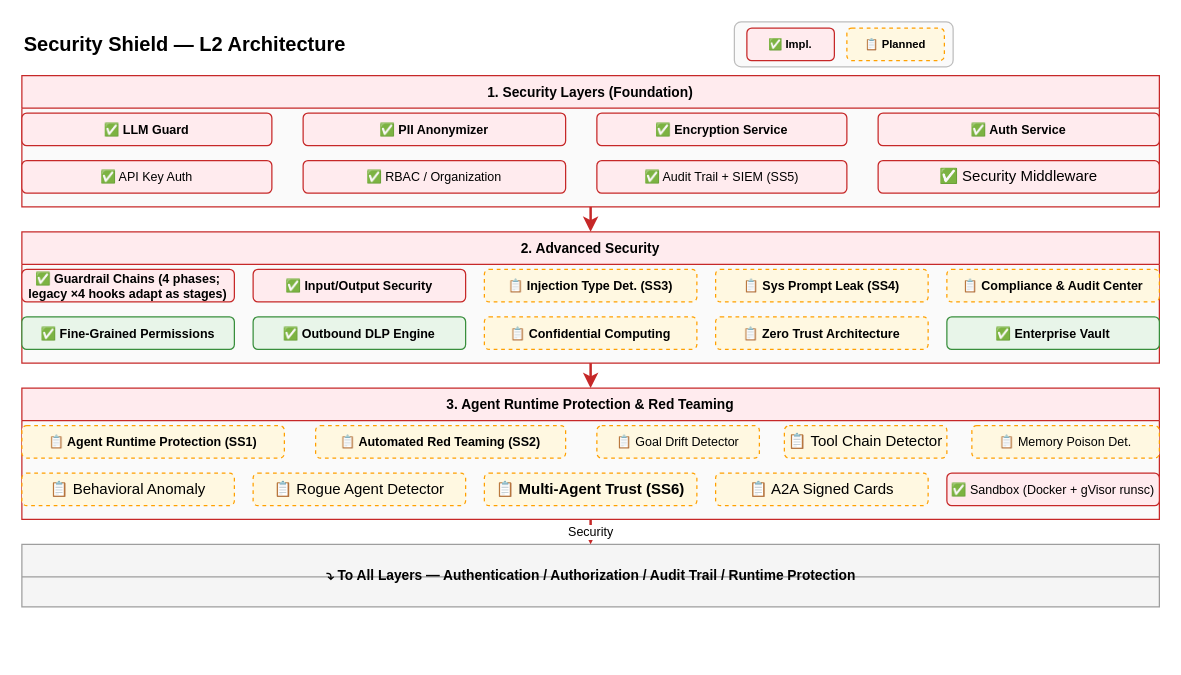
Before: docs/design/hardware/security-l2.drawio in xueyufish/hecate, a draw.io diagram. Source tidied: cells renumbered, new cells numbered last; positions are measured from the earlier drawing's top-left corner, leaving out a move shared by most shapes. Both pictures are drawn from the tidied source at 125%, with x=0, y=0 at pixel (21, 21).
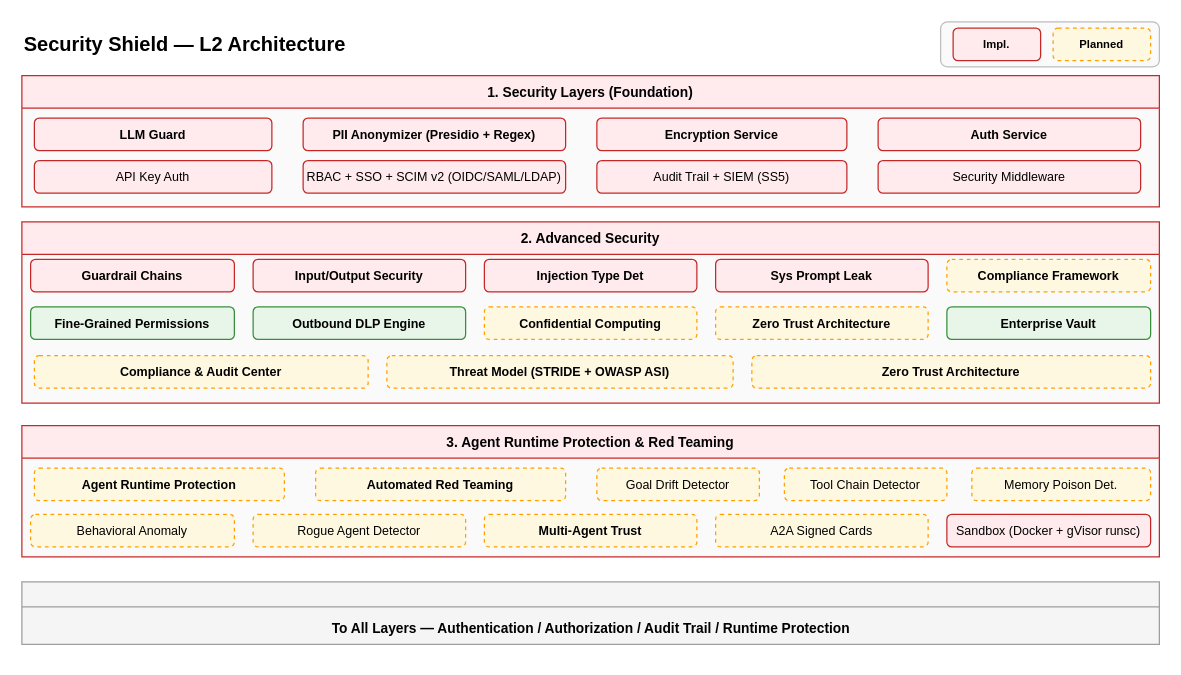
Above is the later version.

Unchanged cells that the change refers to:
```xml
<mxCell id="6" value="1. Security Layers (Foundation)" style="swimlane;startSize=26;fillColor=#FFEBEE;strokeColor=#C62828;fontSize=11;fontStyle=1;swimlaneFillColor=#FAFAFA;" parent="1" vertex="1">
  <mxGeometry y="43" width="910" height="105" as="geometry" />
</mxCell>
```

Diff of the diagram source:
```diff
@@
     <mxCell id="2" style="rounded=1;whiteSpace=wrap;html=1;fillColor=#FAFAFA;strokeColor=#BDBDBD;strokeWidth=1;" parent="1" vertex="1">
-      <mxGeometry x="570" width="175" height="36" as="geometry" />
+      <mxGeometry x="735" width="175" height="36" as="geometry" />
     </mxCell>
-    <mxCell id="3" value="✅ Impl." style="rounded=1;whiteSpace=wrap;html=1;fillColor=#FFEBEE;strokeColor=#C62828;fontSize=9;fontStyle=1;" parent="1" vertex="1">
-      <mxGeometry x="580" y="5" width="70" height="26" as="geometry" />
+    <mxCell id="3" value="Impl." style="rounded=1;whiteSpace=wrap;html=1;fillColor=#FFEBEE;strokeColor=#C62828;fontSize=9;fontStyle=1;" parent="1" vertex="1">
+      <mxGeometry x="745" y="5" width="70" height="26" as="geometry" />
     </mxCell>
-    <mxCell id="4" value="📋 Planned" style="rounded=1;whiteSpace=wrap;html=1;fillColor=#FFF8E1;strokeColor=#FFA000;fontSize=9;fontStyle=1;dashed=1;" parent="1" vertex="1">
-      <mxGeometry x="660" y="5" width="78" height="26" as="geometry" />
+    <mxCell id="4" value="Planned" style="rounded=1;whiteSpace=wrap;html=1;fillColor=#FFF8E1;strokeColor=#FFA000;fontSize=9;fontStyle=1;dashed=1;" parent="1" vertex="1">
+      <mxGeometry x="825" y="5" width="78" height="26" as="geometry" />
     </mxCell>
@@
-    <mxCell id="7" value="✅ LLM Guard" style="rounded=1;whiteSpace=wrap;html=1;fillColor=#FFEBEE;strokeColor=#C62828;fontSize=10;fontStyle=1;" parent="6" vertex="1">
-      <mxGeometry y="30" width="200" height="26" as="geometry" />
+    <mxCell id="7" value="LLM Guard" style="rounded=1;whiteSpace=wrap;html=1;fillColor=#FFEBEE;strokeColor=#C62828;fontSize=10;fontStyle=1;" parent="6" vertex="1">
+      <mxGeometry x="10" y="34" width="190" height="26" as="geometry" />
     </mxCell>
-    <mxCell id="8" value="✅ PII Anonymizer" style="rounded=1;whiteSpace=wrap;html=1;fillColor=#FFEBEE;strokeColor=#C62828;fontSize=10;fontStyle=1;" parent="6" vertex="1">
-      <mxGeometry x="225" y="30" width="210" height="26" as="geometry" />
+    <mxCell id="8" value="PII Anonymizer (Presidio + Regex)" style="rounded=1;whiteSpace=wrap;html=1;fillColor=#FFEBEE;strokeColor=#C62828;fontSize=10;fontStyle=1;" parent="6" vertex="1">
+      <mxGeometry x="225" y="34" width="210" height="26" as="geometry" />
     </mxCell>
-    <mxCell id="9" value="✅ Encryption Service" style="rounded=1;whiteSpace=wrap;html=1;fillColor=#FFEBEE;strokeColor=#C62828;fontSize=10;fontStyle=1;" parent="6" vertex="1">
-      <mxGeometry x="460" y="30" width="200" height="26" as="geometry" />
+    <mxCell id="9" value="Encryption Service" style="rounded=1;whiteSpace=wrap;html=1;fillColor=#FFEBEE;strokeColor=#C62828;fontSize=10;fontStyle=1;" parent="6" vertex="1">
+      <mxGeometry x="460" y="34" width="200" height="26" as="geometry" />
     </mxCell>
-    <mxCell id="10" value="✅ Auth Service" style="rounded=1;whiteSpace=wrap;html=1;fillColor=#FFEBEE;strokeColor=#C62828;fontSize=10;fontStyle=1;" parent="6" vertex="1">
-      <mxGeometry x="685" y="30" width="225" height="26" as="geometry" />
+    <mxCell id="10" value="Auth Service" style="rounded=1;whiteSpace=wrap;html=1;fillColor=#FFEBEE;strokeColor=#C62828;fontSize=10;fontStyle=1;" parent="6" vertex="1">
+      <mxGeometry x="685" y="34" width="210" height="26" as="geometry" />
     </mxCell>
-    <mxCell id="11" value="✅ API Key Auth" style="rounded=1;whiteSpace=wrap;html=1;fillColor=#FFEBEE;strokeColor=#C62828;fontSize=10;" parent="6" vertex="1">
-      <mxGeometry y="68" width="200" height="26" as="geometry" />
+    <mxCell id="11" value="API Key Auth" style="rounded=1;whiteSpace=wrap;html=1;fillColor=#FFEBEE;strokeColor=#C62828;fontSize=10;" parent="6" vertex="1">
+      <mxGeometry x="10" y="68" width="190" height="26" as="geometry" />
     </mxCell>
-    <mxCell id="12" value="✅ RBAC / Organization" style="rounded=1;whiteSpace=wrap;html=1;fillColor=#FFEBEE;strokeColor=#C62828;fontSize=10;" parent="6" vertex="1">
+    <mxCell id="12" value="RBAC + SSO + SCIM v2 (OIDC/SAML/LDAP)" style="rounded=1;whiteSpace=wrap;html=1;fillColor=#FFEBEE;strokeColor=#C62828;fontSize=10;" parent="6" vertex="1">
       <mxGeometry x="225" y="68" width="210" height="26" as="geometry" />
     </mxCell>
-    <mxCell id="13" value="✅ Audit Trail + SIEM (SS5)" style="rounded=1;whiteSpace=wrap;html=1;fillColor=#FFEBEE;strokeColor=#C62828;fontSize=10;" parent="6" vertex="1">
+    <mxCell id="13" value="Audit Trail + SIEM (SS5)" style="rounded=1;whiteSpace=wrap;html=1;fillColor=#FFEBEE;strokeColor=#C62828;fontSize=10;" parent="6" vertex="1">
       <mxGeometry x="460" y="68" width="200" height="26" as="geometry" />
     </mxCell>
-    <mxCell id="14" value="✅ Security Middleware" style="rounded=1;whiteSpace=wrap;html=1;fillColor=#FFEBEE;strokeColor=#C62828;fontSize:10;" parent="6" vertex="1">
-      <mxGeometry x="685" y="68" width="225" height="26" as="geometry" />
+    <mxCell id="14" value="Security Middleware" style="rounded=1;whiteSpace=wrap;html=1;fillColor=#FFEBEE;strokeColor=#C62828;fontSize=10;" parent="6" vertex="1">
+      <mxGeometry x="685" y="68" width="210" height="26" as="geometry" />
     </mxCell>
     <mxCell id="15" value="2. Advanced Security" style="swimlane;startSize=26;fillColor=#FFEBEE;strokeColor=#C62828;fontSize=11;fontStyle=1;swimlaneFillColor=#FAFAFA;" parent="1" vertex="1">
-      <mxGeometry y="168" width="910" height="105" as="geometry" />
+      <mxGeometry y="160" width="910" height="145" as="geometry" />
     </mxCell>
-    <mxCell id="16" value="✅ Guardrail Chains (4 phases; legacy ×4 hooks adapt as stages)" style="rounded=1;whiteSpace=wrap;html=1;fillColor=#FFEBEE;strokeColor=#C62828;fontSize=10;fontStyle=1;" parent="15" vertex="1">
-      <mxGeometry y="30" width="170" height="26" as="geometry" />
+    <mxCell id="16" value="Guardrail Chains" style="rounded=1;whiteSpace=wrap;html=1;fillColor=#FFEBEE;strokeColor=#C62828;fontSize=10;fontStyle=1;" parent="15" vertex="1">
+      <mxGeometry x="7" y="30" width="163" height="26" as="geometry" />
     </mxCell>
-    <mxCell id="17" value="✅ Input/Output Security" style="rounded=1;whiteSpace=wrap;html=1;fillColor=#FFEBEE;strokeColor=#C62828;fontSize=10;fontStyle=1;" parent="15" vertex="1">
+    <mxCell id="17" value="Input/Output Security" style="rounded=1;whiteSpace=wrap;html=1;fillColor=#FFEBEE;strokeColor=#C62828;fontSize=10;fontStyle=1;" parent="15" vertex="1">
       <mxGeometry x="185" y="30" width="170" height="26" as="geometry" />
     </mxCell>
-    <mxCell id="18" value="📋 Injection Type Det. (SS3)" style="rounded=1;whiteSpace=wrap;html=1;fillColor=#FFF8E1;strokeColor=#FFA000;fontSize=10;fontStyle=1;dashed=1;" parent="15" vertex="1">
+    <mxCell id="18" value="Injection Type Det" style="rounded=1;whiteSpace=wrap;html=1;fillColor=#FFEBEE;strokeColor=#C62828;fontSize=10;fontStyle=1;" parent="15" vertex="1">
       <mxGeometry x="370" y="30" width="170" height="26" as="geometry" />
     </mxCell>
-    <mxCell id="19" value="📋 Sys Prompt Leak (SS4)" style="rounded=1;whiteSpace=wrap;html=1;fillColor=#FFF8E1;strokeColor=#FFA000;fontSize=10;fontStyle=1;dashed=1;" parent="15" vertex="1">
+    <mxCell id="19" value="Sys Prompt Leak" style="rounded=1;whiteSpace=wrap;html=1;fillColor=#FFEBEE;strokeColor=#C62828;fontSize=10;fontStyle=1;" parent="15" vertex="1">
       <mxGeometry x="555" y="30" width="170" height="26" as="geometry" />
     </mxCell>
-    <mxCell id="20" value="📋 Compliance &amp; Audit Center" style="rounded=1;whiteSpace=wrap;html=1;fillColor=#FFF8E1;strokeColor=#FFA000;fontSize=10;fontStyle=1;dashed=1;" parent="15" vertex="1">
-      <mxGeometry x="740" y="30" width="170" height="26" as="geometry" />
+    <mxCell id="20" value="Compliance Framework" style="rounded=1;whiteSpace=wrap;html=1;fillColor=#FFF8E1;strokeColor=#FFA000;fontSize=10;fontStyle=1;dashed=1;" parent="15" vertex="1">
+      <mxGeometry x="740" y="30" width="163" height="26" as="geometry" />
     </mxCell>
-    <mxCell id="21" value="✅ Fine-Grained Permissions" style="rounded=1;whiteSpace=wrap;html=1;fillColor=#E8F5E9;strokeColor=#388E3C;fontSize=10;fontStyle=1;" parent="15" vertex="1">
-      <mxGeometry y="68" width="170" height="26" as="geometry" />
+    <mxCell id="21" value="Fine-Grained Permissions" style="rounded=1;whiteSpace=wrap;html=1;fillColor=#E8F5E9;strokeColor=#388E3C;fontSize=10;fontStyle=1;" parent="15" vertex="1">
+      <mxGeometry x="7" y="68" width="163" height="26" as="geometry" />
     </mxCell>
-    <mxCell id="22" value="✅ Outbound DLP Engine" style="rounded=1;whiteSpace=wrap;html=1;fillColor=#E8F5E9;strokeColor=#388E3C;fontSize=10;fontStyle=1;" parent="15" vertex="1">
+    <mxCell id="22" value="Outbound DLP Engine" style="rounded=1;whiteSpace=wrap;html=1;fillColor=#E8F5E9;strokeColor=#388E3C;fontSize=10;fontStyle=1;" parent="15" vertex="1">
       <mxGeometry x="185" y="68" width="170" height="26" as="geometry" />
     </mxCell>
-    <mxCell id="23" value="📋 Confidential Computing" style="rounded=1;whiteSpace=wrap;html=1;fillColor=#FFF8E1;strokeColor=#FFA000;fontSize=10;fontStyle=1;dashed=1;" parent="15" vertex="1">
+    <mxCell id="23" value="Confidential Computing" style="rounded=1;whiteSpace=wrap;html=1;fillColor=#FFF8E1;strokeColor=#FFA000;fontSize=10;fontStyle=1;dashed=1;" parent="15" vertex="1">
       <mxGeometry x="370" y="68" width="170" height="26" as="geometry" />
     </mxCell>
-    <mxCell id="24" value="📋 Zero Trust Architecture" style="rounded=1;whiteSpace=wrap;html=1;fillColor=#FFF8E1;strokeColor=#FFA000;fontSize=10;fontStyle=1;dashed=1;" parent="15" vertex="1">
+    <mxCell id="24" value="Zero Trust Architecture" style="rounded=1;whiteSpace=wrap;html=1;fillColor=#FFF8E1;strokeColor=#FFA000;fontSize=10;fontStyle=1;dashed=1;" parent="15" vertex="1">
       <mxGeometry x="555" y="68" width="170" height="26" as="geometry" />
     </mxCell>
-    <mxCell id="25" value="✅ Enterprise Vault" style="rounded=1;whiteSpace=wrap;html=1;fillColor=#E8F5E9;strokeColor=#388E3C;fontSize=10;fontStyle=1;" parent="15" vertex="1">
-      <mxGeometry x="740" y="68" width="170" height="26" as="geometry" />
+    <mxCell id="25" value="Enterprise Vault" style="rounded=1;whiteSpace=wrap;html=1;fillColor=#E8F5E9;strokeColor=#388E3C;fontSize=10;fontStyle=1;" parent="15" vertex="1">
+      <mxGeometry x="740" y="68" width="163" height="26" as="geometry" />
     </mxCell>
+    <mxCell id="42" value="Compliance &amp;amp; Audit Center" style="rounded=1;whiteSpace=wrap;html=1;fillColor=#FFF8E1;strokeColor=#FFA000;fontSize=10;fontStyle=1;dashed=1;" parent="15" vertex="1">
+      <mxGeometry x="10" y="107" width="267" height="26" as="geometry" />
+    </mxCell>
+    <mxCell id="43" value="Threat Model (STRIDE + OWASP ASI)" style="rounded=1;whiteSpace=wrap;html=1;fillColor=#FFF8E1;strokeColor=#FFA000;fontSize=10;fontStyle=1;dashed=1;" parent="15" vertex="1">
+      <mxGeometry x="292" y="107" width="277" height="26" as="geometry" />
+    </mxCell>
+    <mxCell id="44" value="Zero Trust Architecture" style="rounded=1;whiteSpace=wrap;html=1;fillColor=#FFF8E1;strokeColor=#FFA000;fontSize=10;fontStyle=1;dashed=1;" parent="15" vertex="1">
+      <mxGeometry x="584" y="107" width="319" height="26" as="geometry" />
+    </mxCell>
     <mxCell id="26" value="3. Agent Runtime Protection &amp; Red Teaming" style="swimlane;startSize=26;fillColor=#FFEBEE;strokeColor=#C62828;fontSize=11;fontStyle=1;swimlaneFillColor=#FAFAFA;" parent="1" vertex="1">
-      <mxGeometry y="293" width="910" height="105" as="geometry" />
+      <mxGeometry y="323" width="910" height="105" as="geometry" />
     </mxCell>
-    <mxCell id="27" value="📋 Agent Runtime Protection (SS1)" style="rounded=1;whiteSpace=wrap;html=1;fillColor=#FFF8E1;strokeColor=#FFA000;fontSize=10;fontStyle=1;dashed=1;" parent="26" vertex="1">
-      <mxGeometry y="30" width="210" height="26" as="geometry" />
+    <mxCell id="27" value="Agent Runtime Protection" style="rounded=1;whiteSpace=wrap;html=1;fillColor=#FFF8E1;strokeColor=#FFA000;fontSize=10;fontStyle=1;dashed=1;" parent="26" vertex="1">
+      <mxGeometry x="10" y="34" width="200" height="26" as="geometry" />
     </mxCell>
-    <mxCell id="28" value="📋 Automated Red Teaming (SS2)" style="rounded=1;whiteSpace=wrap;html=1;fillColor=#FFF8E1;strokeColor=#FFA000;fontSize=10;fontStyle=1;dashed=1;" parent="26" vertex="1">
-      <mxGeometry x="235" y="30" width="200" height="26" as="geometry" />
+    <mxCell id="28" value="Automated Red Teaming" style="rounded=1;whiteSpace=wrap;html=1;fillColor=#FFF8E1;strokeColor=#FFA000;fontSize=10;fontStyle=1;dashed=1;" parent="26" vertex="1">
+      <mxGeometry x="235" y="34" width="200" height="26" as="geometry" />
     </mxCell>
-    <mxCell id="29" value="📋 Goal Drift Detector" style="rounded=1;whiteSpace=wrap;html=1;fillColor=#FFF8E1;strokeColor=#FFA000;fontSize=10;dashed=1;" parent="26" vertex="1">
-      <mxGeometry x="460" y="30" width="130" height="26" as="geometry" />
+    <mxCell id="29" value="Goal Drift Detector" style="rounded=1;whiteSpace=wrap;html=1;fillColor=#FFF8E1;strokeColor=#FFA000;fontSize=10;dashed=1;" parent="26" vertex="1">
+      <mxGeometry x="460" y="34" width="130" height="26" as="geometry" />
     </mxCell>
-    <mxCell id="30" value="📋 Tool Chain Detector" style="rounded=1;whiteSpace=wrap;html=1;fillColor=#FFF8E1;strokeColor=#FFA000;fontSize:10;dashed=1;" parent="26" vertex="1">
-      <mxGeometry x="610" y="30" width="130" height="26" as="geometry" />
+    <mxCell id="30" value="Tool Chain Detector" style="rounded=1;whiteSpace=wrap;html=1;fillColor=#FFF8E1;strokeColor=#FFA000;fontSize:10;dashed=1;fontSize=10;" parent="26" vertex="1">
+      <mxGeometry x="610" y="34" width="130" height="26" as="geometry" />
     </mxCell>
-    <mxCell id="31" value="📋 Memory Poison Det." style="rounded=1;whiteSpace=wrap;html=1;fillColor=#FFF8E1;strokeColor=#FFA000;fontSize=10;dashed=1;" parent="26" vertex="1">
-      <mxGeometry x="760" y="30" width="150" height="26" as="geometry" />
+    <mxCell id="31" value="Memory Poison Det." style="rounded=1;whiteSpace=wrap;html=1;fillColor=#FFF8E1;strokeColor=#FFA000;fontSize=10;dashed=1;" parent="26" vertex="1">
+      <mxGeometry x="760" y="34" width="143" height="26" as="geometry" />
     </mxCell>
-    <mxCell id="32" value="📋 Behavioral Anomaly" style="rounded=1;whiteSpace=wrap;html=1;fillColor=#FFF8E1;strokeColor=#FFA000;fontSize:10;dashed=1;" parent="26" vertex="1">
-      <mxGeometry y="68" width="170" height="26" as="geometry" />
+    <mxCell id="32" value="Behavioral Anomaly" style="rounded=1;whiteSpace=wrap;html=1;fillColor=#FFF8E1;strokeColor=#FFA000;fontSize:10;dashed=1;fontSize=10;" parent="26" vertex="1">
+      <mxGeometry x="7" y="71" width="163" height="26" as="geometry" />
     </mxCell>
-    <mxCell id="33" value="📋 Rogue Agent Detector" style="rounded=1;whiteSpace=wrap;html=1;fillColor=#FFF8E1;strokeColor=#FFA000;fontSize:10;dashed=1;" parent="26" vertex="1">
-      <mxGeometry x="185" y="68" width="170" height="26" as="geometry" />
+    <mxCell id="33" value="Rogue Agent Detector" style="rounded=1;whiteSpace=wrap;html=1;fillColor=#FFF8E1;strokeColor=#FFA000;fontSize:10;dashed=1;fontSize=10;" parent="26" vertex="1">
+      <mxGeometry x="185" y="71" width="170" height="26" as="geometry" />
     </mxCell>
-    <mxCell id="34" value="📋 Multi-Agent Trust (SS6)" style="rounded=1;whiteSpace=wrap;html=1;fillColor=#FFF8E1;strokeColor=#FFA000;fontSize:10;fontStyle=1;dashed=1;" parent="26" vertex="1">
-      <mxGeometry x="370" y="68" width="170" height="26" as="geometry" />
+    <mxCell id="34" value="Multi-Agent Trust" style="rounded=1;whiteSpace=wrap;html=1;fillColor=#FFF8E1;strokeColor=#FFA000;fontSize:10;fontStyle=1;dashed=1;fontSize=10;" parent="26" vertex="1">
+      <mxGeometry x="370" y="71" width="170" height="26" as="geometry" />
     </mxCell>
-    <mxCell id="35" value="📋 A2A Signed Cards" style="rounded=1;whiteSpace=wrap;html=1;fillColor=#FFF8E1;strokeColor=#FFA000;fontSize:10;dashed=1;" parent="26" vertex="1">
-      <mxGeometry x="555" y="68" width="170" height="26" as="geometry" />
+    <mxCell id="35" value="A2A Signed Cards" style="rounded=1;whiteSpace=wrap;html=1;fillColor=#FFF8E1;strokeColor=#FFA000;fontSize:10;dashed=1;fontSize=10;" parent="26" vertex="1">
+      <mxGeometry x="555" y="71" width="170" height="26" as="geometry" />
     </mxCell>
-    <mxCell id="36" value="✅ Sandbox (Docker + gVisor runsc)" style="rounded=1;whiteSpace=wrap;html=1;fillColor=#FFEBEE;strokeColor=#C62828;fontSize=10;" parent="26" vertex="1">
-      <mxGeometry x="740" y="68" width="170" height="26" as="geometry" />
+    <mxCell id="36" value="Sandbox (Docker + gVisor runsc)" style="rounded=1;whiteSpace=wrap;html=1;fillColor=#FFEBEE;strokeColor=#C62828;fontSize=10;" parent="26" vertex="1">
+      <mxGeometry x="740" y="71" width="163" height="26" as="geometry" />
     </mxCell>
-    <mxCell id="37" style="swimlane;startSize=26;fillColor=#F5F5F5;strokeColor=#9E9E9E;fontSize=11;fontStyle=1;swimlaneFillColor=#F5F5F5;" parent="1" vertex="1">
-      <mxGeometry y="418" width="910" height="50" as="geometry" />
+    <mxCell id="37" style="swimlane;startSize=20;fillColor=#F5F5F5;strokeColor=#9E9E9E;fontSize=11;fontStyle=1;swimlaneFillColor=#F5F5F5;" parent="1" vertex="1">
+      <mxGeometry y="448" width="910" height="50" as="geometry" />
     </mxCell>
-    <mxCell id="38" value="⤵  To All Layers — Authentication / Authorization / Audit Trail / Runtime Protection" style="text;html=1;fontSize=11;fontStyle=1;align=center;verticalAlign=middle;fillColor=none;strokeColor=none;" parent="37" vertex="1">
-      <mxGeometry x="105" y="5" width="700" height="40" as="geometry" />
+    <mxCell id="38" value="To All Layers — Authentication / Authorization / Audit Trail / Runtime Protection" style="text;html=1;fontSize=11;fontStyle=1;align=center;verticalAlign=middle;fillColor=none;strokeColor=none;" parent="37" vertex="1">
+      <mxGeometry x="245" y="17" width="420" height="40" as="geometry" />
     </mxCell>
-    <mxCell id="39" style="edgeStyle=orthogonalEdgeStyle;rounded=1;jettySize=auto;html=1;strokeColor=#C62828;strokeWidth=2;exitX=0.5;exitY=1;exitDx=0;exitDy=0;entryX=0.5;entryY=0;entryDx=0;entryDy=0;" parent="1" edge="1" source="6" target="15">
-      <mxGeometry relative="1" as="geometry" />
-    </mxCell>
-    <mxCell id="40" style="edgeStyle=orthogonalEdgeStyle;rounded=1;jettySize=auto;html=1;strokeColor=#C62828;strokeWidth=2;exitX=0.5;exitY=1;exitDx=0;exitDy=0;entryX=0.5;entryY=0;entryDx=0;entryDy=0;" parent="1" edge="1" source="15" target="26">
-      <mxGeometry relative="1" as="geometry" />
-    </mxCell>
-    <mxCell id="41" value="Security" style="edgeStyle=orthogonalEdgeStyle;rounded=1;jettySize=auto;html=1;strokeColor=#C62828;strokeWidth=2;fontSize=10;exitX=0.5;exitY=1;exitDx=0;exitDy=0;entryX=0.5;entryY=0;entryDx=0;entryDy=0;" parent="1" edge="1" source="26" target="37">
-      <mxGeometry relative="1" as="geometry" />
-    </mxCell>
```
